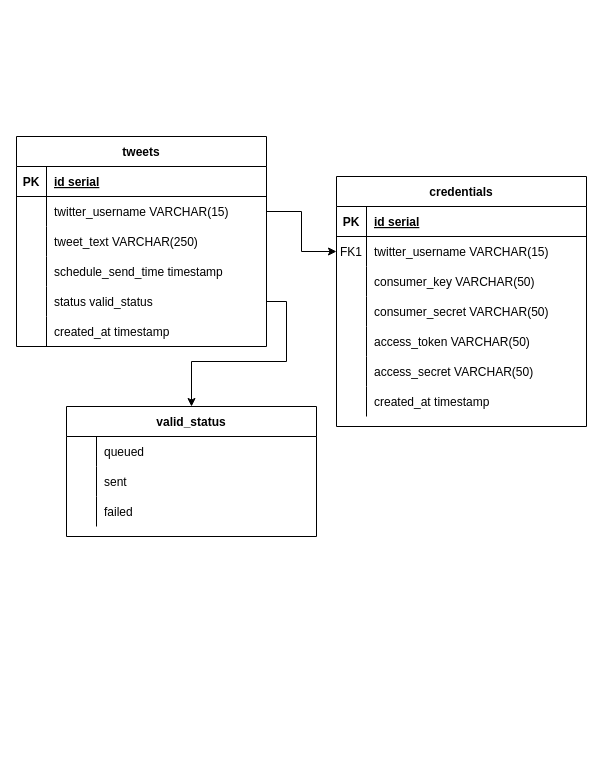
Earlier version of the draw.io diagram db-relation-diagram.drawio (forgeutah/tweet_automated_bot). Source tidied: cells renumbered, new cells numbered last; positions are measured from the earlier drawing's top-left corner, leaving out a move shared by most shapes. Both pictures are drawn from the tidied source at 100%, with x=0, y=0 at pixel (16, 136).
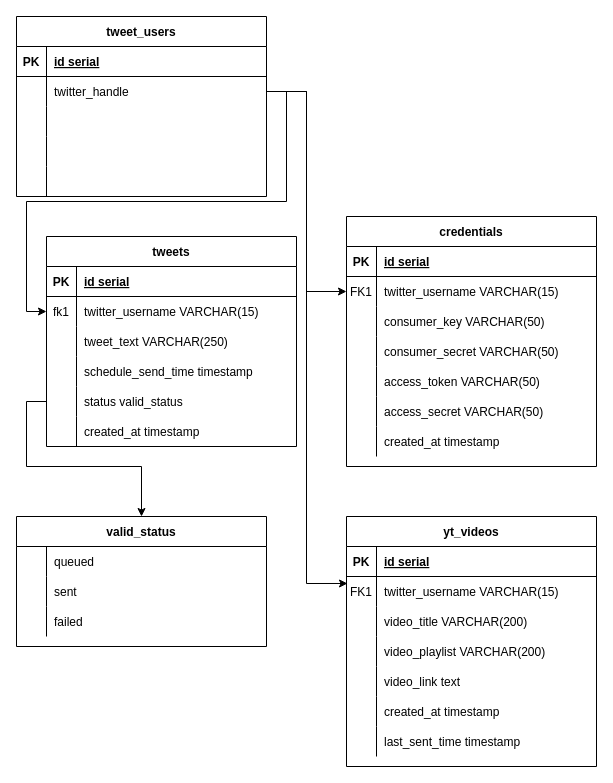
The same diagram, later.

Unchanged cells that the change refers to:
```xml
<mxCell id="6" style="shape=partialRectangle;fillColor=none;points=[[0,0.5],[1,0.5]];portConstraint=eastwest;top=0;left=0;right=0;bottom=0;" parent="2" vertex="1">
  <mxGeometry y="60" width="250" height="30" as="geometry" />
</mxCell>
<mxCell id="38" style="shape=partialRectangle;fillColor=none;points=[[0,0.5],[1,0.5]];portConstraint=eastwest;top=0;left=0;right=0;bottom=0;" parent="34" vertex="1">
  <mxGeometry y="60" width="250" height="30" as="geometry" />
</mxCell>
<mxCell id="47" style="shape=partialRectangle;fillColor=none;points=[[0,0.5],[1,0.5]];portConstraint=eastwest;top=0;left=0;right=0;bottom=0;" parent="34" vertex="1">
  <mxGeometry y="150" width="250" height="30" as="geometry" />
</mxCell>
```

The edit, as a diff of the source:
```diff
@@
     <mxCell id="2" value="credentials" style="shape=table;startSize=30;childLayout=tableLayout;rowLines=0;fontStyle=1;align=center;" parent="1" vertex="1">
-      <mxGeometry x="320" y="40" width="250" height="250" as="geometry" />
+      <mxGeometry x="330" y="80" width="250" height="250" as="geometry" />
     </mxCell>
@@
     <mxCell id="24" value="valid_status" style="shape=table;startSize=30;childLayout=tableLayout;rowLines=0;fontStyle=1;align=center;" parent="1" vertex="1">
-      <mxGeometry x="50" y="270" width="250" height="130" as="geometry" />
+      <mxGeometry y="380" width="250" height="130" as="geometry" />
     </mxCell>
@@
     <mxCell id="34" value="tweets" style="shape=table;startSize=30;childLayout=tableLayout;rowLines=0;fontStyle=1;align=center;" parent="1" vertex="1">
-      <mxGeometry width="250" height="210" as="geometry" />
+      <mxGeometry x="30" y="100" width="250" height="210" as="geometry" />
     </mxCell>
@@
-    <mxCell id="39" style="shape=partialRectangle;overflow=hidden;fillColor=none;top=0;left=0;bottom=0;right=0;" parent="38" vertex="1">
+    <mxCell id="39" value="fk1" style="shape=partialRectangle;overflow=hidden;fillColor=none;top=0;left=0;bottom=0;right=0;" parent="38" vertex="1">
       <mxGeometry width="30" height="30" as="geometry" />
     </mxCell>
@@
+    <mxCell id="55" value="yt_videos" style="shape=table;startSize=30;childLayout=tableLayout;rowLines=0;fontStyle=1;align=center;" parent="1" vertex="1">
+      <mxGeometry x="330" y="380" width="250" height="250" as="geometry" />
+    </mxCell>
+    <mxCell id="56" style="shape=partialRectangle;fillColor=none;top=0;left=0;right=0;bottom=1;" parent="55" vertex="1">
+      <mxGeometry y="30" width="250" height="30" as="geometry" />
+    </mxCell>
+    <mxCell id="57" value="PK" style="shape=partialRectangle;overflow=hidden;fillColor=none;top=0;left=0;bottom=0;right=0;fontStyle=1;" parent="56" vertex="1">
+      <mxGeometry width="30" height="30" as="geometry" />
+    </mxCell>
+    <mxCell id="58" value="id serial" style="shape=partialRectangle;overflow=hidden;fillColor=none;top=0;left=0;bottom=0;right=0;align=left;spacingLeft=6;fontStyle=5;" parent="56" vertex="1">
+      <mxGeometry x="30" width="220" height="30" as="geometry" />
+    </mxCell>
+    <mxCell id="59" style="shape=partialRectangle;fillColor=none;points=[[0,0.5],[1,0.5]];portConstraint=eastwest;top=0;left=0;right=0;bottom=0;" parent="55" vertex="1">
+      <mxGeometry y="60" width="250" height="30" as="geometry" />
+    </mxCell>
+    <mxCell id="60" value="FK1" style="shape=partialRectangle;overflow=hidden;fillColor=none;top=0;left=0;bottom=0;right=0;" parent="59" vertex="1">
+      <mxGeometry width="30" height="30" as="geometry" />
+    </mxCell>
+    <mxCell id="61" value="twitter_username VARCHAR(15)" style="shape=partialRectangle;overflow=hidden;fillColor=none;top=0;left=0;bottom=0;right=0;align=left;spacingLeft=6;" parent="59" vertex="1">
+      <mxGeometry x="30" width="220" height="30" as="geometry" />
+    </mxCell>
+    <mxCell id="62" style="shape=partialRectangle;fillColor=none;top=0;left=0;right=0;bottom=0;" parent="55" vertex="1">
+      <mxGeometry y="90" width="250" height="30" as="geometry" />
+    </mxCell>
+    <mxCell id="63" style="shape=partialRectangle;overflow=hidden;fillColor=none;top=0;left=0;bottom=0;right=0;" parent="62" vertex="1">
+      <mxGeometry width="30" height="30" as="geometry" />
+    </mxCell>
+    <mxCell id="64" value="video_title VARCHAR(200)" style="shape=partialRectangle;overflow=hidden;fillColor=none;top=0;left=0;bottom=0;right=0;align=left;spacingLeft=6;" parent="62" vertex="1">
+      <mxGeometry x="30" width="220" height="30" as="geometry" />
+    </mxCell>
+    <mxCell id="65" style="shape=partialRectangle;fillColor=none;top=0;left=0;right=0;bottom=0;" parent="55" vertex="1">
+      <mxGeometry y="120" width="250" height="30" as="geometry" />
+    </mxCell>
+    <mxCell id="66" style="shape=partialRectangle;overflow=hidden;fillColor=none;top=0;left=0;bottom=0;right=0;" parent="65" vertex="1">
+      <mxGeometry width="30" height="30" as="geometry" />
+    </mxCell>
+    <mxCell id="67" value="video_playlist VARCHAR(200)" style="shape=partialRectangle;overflow=hidden;fillColor=none;top=0;left=0;bottom=0;right=0;align=left;spacingLeft=6;" parent="65" vertex="1">
+      <mxGeometry x="30" width="220" height="30" as="geometry" />
+    </mxCell>
+    <mxCell id="68" style="shape=partialRectangle;fillColor=none;top=0;left=0;right=0;bottom=0;" parent="55" vertex="1">
+      <mxGeometry y="150" width="250" height="30" as="geometry" />
+    </mxCell>
+    <mxCell id="69" style="shape=partialRectangle;overflow=hidden;fillColor=none;top=0;left=0;bottom=0;right=0;" parent="68" vertex="1">
+      <mxGeometry width="30" height="30" as="geometry" />
+    </mxCell>
+    <mxCell id="70" value="video_link text" style="shape=partialRectangle;overflow=hidden;fillColor=none;top=0;left=0;bottom=0;right=0;align=left;spacingLeft=6;" parent="68" vertex="1">
+      <mxGeometry x="30" width="220" height="30" as="geometry" />
+    </mxCell>
+    <mxCell id="71" style="shape=partialRectangle;fillColor=none;top=0;left=0;right=0;bottom=0;" parent="55" vertex="1">
+      <mxGeometry y="180" width="250" height="30" as="geometry" />
+    </mxCell>
+    <mxCell id="72" style="shape=partialRectangle;overflow=hidden;fillColor=none;top=0;left=0;bottom=0;right=0;" parent="71" vertex="1">
+      <mxGeometry width="30" height="30" as="geometry" />
+    </mxCell>
+    <mxCell id="73" value="created_at timestamp" style="shape=partialRectangle;overflow=hidden;fillColor=none;top=0;left=0;bottom=0;right=0;align=left;spacingLeft=6;" parent="71" vertex="1">
+      <mxGeometry x="30" width="220" height="30" as="geometry" />
+    </mxCell>
+    <mxCell id="74" style="shape=partialRectangle;fillColor=none;top=0;left=0;right=0;bottom=0;" parent="55" vertex="1">
+      <mxGeometry y="210" width="250" height="30" as="geometry" />
+    </mxCell>
+    <mxCell id="75" style="shape=partialRectangle;overflow=hidden;fillColor=none;top=0;left=0;bottom=0;right=0;" parent="74" vertex="1">
+      <mxGeometry width="30" height="30" as="geometry" />
+    </mxCell>
+    <mxCell id="76" value="last_sent_time timestamp" style="shape=partialRectangle;overflow=hidden;fillColor=none;top=0;left=0;bottom=0;right=0;align=left;spacingLeft=6;" parent="74" vertex="1">
+      <mxGeometry x="30" width="220" height="30" as="geometry" />
+    </mxCell>
+    <mxCell id="77" value="tweet_users" style="shape=table;startSize=30;childLayout=tableLayout;rowLines=0;fontStyle=1;align=center;" parent="1" vertex="1">
+      <mxGeometry y="-120" width="250" height="180" as="geometry" />
+    </mxCell>
+    <mxCell id="78" style="shape=partialRectangle;fillColor=none;top=0;left=0;right=0;bottom=1;" parent="77" vertex="1">
+      <mxGeometry y="30" width="250" height="30" as="geometry" />
+    </mxCell>
+    <mxCell id="79" value="PK" style="shape=partialRectangle;overflow=hidden;fillColor=none;top=0;left=0;bottom=0;right=0;fontStyle=1;" parent="78" vertex="1">
+      <mxGeometry width="30" height="30" as="geometry" />
+    </mxCell>
+    <mxCell id="80" value="id serial" style="shape=partialRectangle;overflow=hidden;fillColor=none;top=0;left=0;bottom=0;right=0;align=left;spacingLeft=6;fontStyle=5;" parent="78" vertex="1">
+      <mxGeometry x="30" width="220" height="30" as="geometry" />
+    </mxCell>
+    <mxCell id="81" style="shape=partialRectangle;fillColor=none;points=[[0,0.5],[1,0.5]];portConstraint=eastwest;top=0;left=0;right=0;bottom=0;" parent="77" vertex="1">
+      <mxGeometry y="60" width="250" height="30" as="geometry" />
+    </mxCell>
+    <mxCell id="82" style="shape=partialRectangle;overflow=hidden;fillColor=none;top=0;left=0;bottom=0;right=0;" parent="81" vertex="1">
+      <mxGeometry width="30" height="30" as="geometry" />
+    </mxCell>
+    <mxCell id="83" value="twitter_handle" style="shape=partialRectangle;overflow=hidden;fillColor=none;top=0;left=0;bottom=0;right=0;align=left;spacingLeft=6;" parent="81" vertex="1">
+      <mxGeometry x="30" width="220" height="30" as="geometry" />
+    </mxCell>
+    <mxCell id="84" style="shape=partialRectangle;fillColor=none;top=0;left=0;right=0;bottom=0;" parent="77" vertex="1">
+      <mxGeometry y="90" width="250" height="30" as="geometry" />
+    </mxCell>
+    <mxCell id="85" style="shape=partialRectangle;overflow=hidden;fillColor=none;top=0;left=0;bottom=0;right=0;" parent="84" vertex="1">
+      <mxGeometry width="30" height="30" as="geometry" />
+    </mxCell>
+    <mxCell id="86" style="shape=partialRectangle;overflow=hidden;fillColor=none;top=0;left=0;bottom=0;right=0;align=left;spacingLeft=6;perimeterSpacing=1;" parent="84" vertex="1">
+      <mxGeometry x="30" width="220" height="30" as="geometry" />
+    </mxCell>
+    <mxCell id="87" style="shape=partialRectangle;fillColor=none;top=0;left=0;right=0;bottom=0;" parent="77" vertex="1">
+      <mxGeometry y="120" width="250" height="30" as="geometry" />
+    </mxCell>
+    <mxCell id="88" style="shape=partialRectangle;overflow=hidden;fillColor=none;top=0;left=0;bottom=0;right=0;" parent="87" vertex="1">
+      <mxGeometry width="30" height="30" as="geometry" />
+    </mxCell>
+    <mxCell id="89" style="shape=partialRectangle;overflow=hidden;fillColor=none;top=0;left=0;bottom=0;right=0;align=left;spacingLeft=6;perimeterSpacing=1;" parent="87" vertex="1">
+      <mxGeometry x="30" width="220" height="30" as="geometry" />
+    </mxCell>
+    <mxCell id="90" style="shape=partialRectangle;fillColor=none;top=0;left=0;right=0;bottom=0;" parent="77" vertex="1">
+      <mxGeometry y="150" width="250" height="30" as="geometry" />
+    </mxCell>
+    <mxCell id="91" style="shape=partialRectangle;overflow=hidden;fillColor=none;top=0;left=0;bottom=0;right=0;" parent="90" vertex="1">
+      <mxGeometry width="30" height="30" as="geometry" />
+    </mxCell>
+    <mxCell id="92" style="shape=partialRectangle;overflow=hidden;fillColor=none;top=0;left=0;bottom=0;right=0;align=left;spacingLeft=6;perimeterSpacing=1;" parent="90" vertex="1">
+      <mxGeometry x="30" width="220" height="30" as="geometry" />
+    </mxCell>
+    <mxCell id="93" style="edgeStyle=orthogonalEdgeStyle;rounded=0;jettySize=auto;html=1;exitX=1;exitY=0.5;exitDx=0;exitDy=0;entryX=0;entryY=0.5;entryDx=0;entryDy=0;" parent="1" edge="1" source="81" target="38">
+      <mxGeometry relative="1" as="geometry">
+        <Array as="points">
+          <mxPoint x="270" y="-45" />
+          <mxPoint x="270" y="65" />
+          <mxPoint x="10" y="65" />
+          <mxPoint x="10" y="175" />
+        </Array>
+      </mxGeometry>
+    </mxCell>
+    <mxCell id="94" style="edgeStyle=orthogonalEdgeStyle;rounded=0;jettySize=auto;html=1;exitX=1;exitY=0.5;exitDx=0;exitDy=0;entryX=0;entryY=0.5;entryDx=0;entryDy=0;" parent="1" edge="1" source="81" target="6">
+      <mxGeometry relative="1" as="geometry" />
+    </mxCell>
+    <mxCell id="95" style="edgeStyle=orthogonalEdgeStyle;rounded=0;jettySize=auto;html=1;exitX=1;exitY=0.5;exitDx=0;exitDy=0;entryX=0.004;entryY=0.233;entryDx=0;entryDy=0;entryPerimeter=0;" parent="1" edge="1" source="81" target="59">
+      <mxGeometry relative="1" as="geometry" />
+    </mxCell>
-    <mxCell id="53" style="edgeStyle=orthogonalEdgeStyle;rounded=0;jettySize=auto;html=1;exitX=1;exitY=0.5;exitDx=0;exitDy=0;" parent="1" edge="1" source="47" target="24">
+    <mxCell id="53" style="edgeStyle=orthogonalEdgeStyle;rounded=0;jettySize=auto;html=1;exitX=0;exitY=0.5;exitDx=0;exitDy=0;" parent="1" edge="1" source="47" target="24">
       <mxGeometry relative="1" as="geometry" />
     </mxCell>
-    <mxCell id="54" style="edgeStyle=orthogonalEdgeStyle;rounded=0;jettySize=auto;html=1;exitX=1;exitY=0.5;exitDx=0;exitDy=0;" parent="1" edge="1" source="38" target="6">
-      <mxGeometry relative="1" as="geometry" />
-    </mxCell>
```
